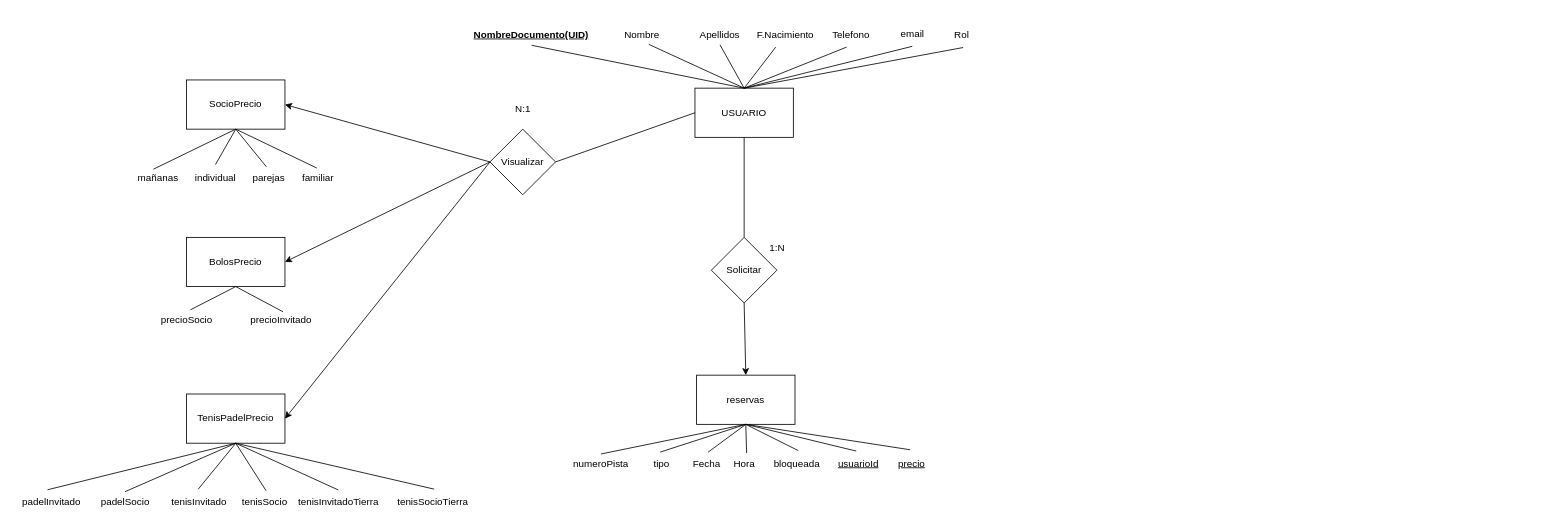
Above: Trabajo_Fin_Grado/E02/DiagramaClasesUso.drawio in vod275/TFG_VIctor_Oliver (draw.io), before the change. Source tidied: cells renumbered, new cells numbered last; positions are measured from the earlier drawing's top-left corner, leaving out a move shared by most shapes. Both pictures are drawn from the tidied source at 82%, with x=0, y=0 at pixel (14, 21).
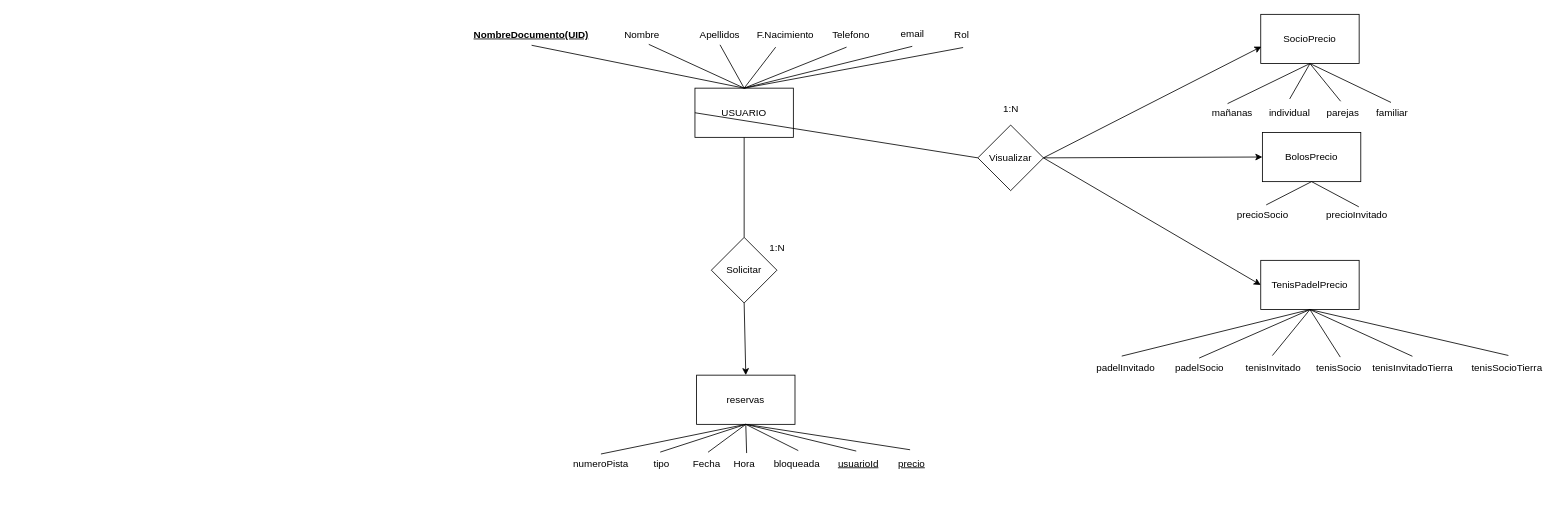
The same page after the edit.

Unchanged cells that the change refers to:
```xml
<mxCell id="2" value="USUARIO" style="rounded=0;whiteSpace=wrap;html=1;" parent="1" vertex="1">
  <mxGeometry x="830" y="81" width="120" height="60" as="geometry" />
</mxCell>
```

Change to the diagram source:
```diff
@@
     <mxCell id="26" value="TenisPadelPrecio" style="rounded=0;whiteSpace=wrap;html=1;" parent="1" vertex="1">
-      <mxGeometry x="210" y="454" width="120" height="60" as="geometry" />
+      <mxGeometry x="1520" y="291" width="120" height="60" as="geometry" />
     </mxCell>
     <mxCell id="27" value="&lt;div&gt;padelInvitado&lt;/div&gt;" style="text;html=1;align=center;verticalAlign=middle;points=[];strokeColor=none;fillColor=none;" parent="1" vertex="1">
-      <mxGeometry y="571" width="90" height="30" as="geometry" />
+      <mxGeometry x="1310" y="408" width="90" height="30" as="geometry" />
     </mxCell>
     <mxCell id="28" value="tenisInvitado" style="text;html=1;align=center;verticalAlign=middle;points=[];strokeColor=none;fillColor=none;" parent="1" vertex="1">
-      <mxGeometry x="180" y="571" width="90" height="30" as="geometry" />
+      <mxGeometry x="1490" y="408" width="90" height="30" as="geometry" />
     </mxCell>
     <mxCell id="29" value="&lt;div&gt;padelSocio&lt;/div&gt;" style="text;html=1;align=center;verticalAlign=middle;points=[];strokeColor=none;fillColor=none;" parent="1" vertex="1">
-      <mxGeometry x="95" y="571" width="80" height="30" as="geometry" />
+      <mxGeometry x="1405" y="408" width="80" height="30" as="geometry" />
     </mxCell>
@@
     <mxCell id="33" value="BolosPrecio" style="rounded=0;whiteSpace=wrap;html=1;" parent="1" vertex="1">
-      <mxGeometry x="210" y="263" width="120" height="60" as="geometry" />
+      <mxGeometry x="1522" y="135" width="120" height="60" as="geometry" />
     </mxCell>
     <mxCell id="34" value="precioInvitado&lt;div&gt;&lt;br&gt;&lt;/div&gt;" style="text;html=1;align=center;verticalAlign=middle;points=[];strokeColor=none;fillColor=none;" parent="1" vertex="1">
-      <mxGeometry x="275" y="351" width="100" height="40" as="geometry" />
+      <mxGeometry x="1587" y="223" width="100" height="40" as="geometry" />
     </mxCell>
     <mxCell id="35" value="precioSocio&lt;div&gt;&lt;br&gt;&lt;/div&gt;" style="text;html=1;align=center;verticalAlign=middle;points=[];strokeColor=none;fillColor=none;" parent="1" vertex="1">
-      <mxGeometry x="165" y="351" width="90" height="40" as="geometry" />
+      <mxGeometry x="1477" y="223" width="90" height="40" as="geometry" />
     </mxCell>
@@
     <mxCell id="39" value="tenisSocio" style="text;html=1;align=center;verticalAlign=middle;points=[];strokeColor=none;fillColor=none;" parent="1" vertex="1">
-      <mxGeometry x="265" y="571" width="80" height="30" as="geometry" />
+      <mxGeometry x="1575" y="408" width="80" height="30" as="geometry" />
     </mxCell>
     <mxCell id="40" value="tenisInvitadoTierra" style="text;html=1;align=center;verticalAlign=middle;points=[];strokeColor=none;fillColor=none;" parent="1" vertex="1">
-      <mxGeometry x="335" y="571" width="120" height="30" as="geometry" />
+      <mxGeometry x="1645" y="408" width="120" height="30" as="geometry" />
     </mxCell>
     <mxCell id="41" value="tenisSocioTierra" style="text;html=1;align=center;verticalAlign=middle;points=[];strokeColor=none;fillColor=none;" parent="1" vertex="1">
-      <mxGeometry x="455" y="571" width="110" height="30" as="geometry" />
+      <mxGeometry x="1765" y="408" width="110" height="30" as="geometry" />
     </mxCell>
@@
     <mxCell id="46" value="Visualizar" style="rhombus;whiteSpace=wrap;html=1;" parent="1" vertex="1">
-      <mxGeometry x="580" y="131" width="80" height="80" as="geometry" />
+      <mxGeometry x="1175" y="126" width="80" height="80" as="geometry" />
     </mxCell>
     <mxCell id="47" value="SocioPrecio" style="rounded=0;whiteSpace=wrap;html=1;" parent="1" vertex="1">
-      <mxGeometry x="210" y="71" width="120" height="60" as="geometry" />
+      <mxGeometry x="1520" y="-9" width="120" height="60" as="geometry" />
     </mxCell>
     <mxCell id="48" value="mañanas" style="text;html=1;align=center;verticalAlign=middle;points=[];strokeColor=none;fillColor=none;" parent="1" vertex="1">
-      <mxGeometry x="140" y="176" width="70" height="30" as="geometry" />
+      <mxGeometry x="1450" y="96" width="70" height="30" as="geometry" />
     </mxCell>
     <mxCell id="49" value="individual" style="text;html=1;align=center;verticalAlign=middle;points=[];strokeColor=none;fillColor=none;" parent="1" vertex="1">
-      <mxGeometry x="210" y="176" width="70" height="30" as="geometry" />
+      <mxGeometry x="1520" y="96" width="70" height="30" as="geometry" />
     </mxCell>
     <mxCell id="50" value="parejas" style="text;html=1;align=center;verticalAlign=middle;points=[];strokeColor=none;fillColor=none;" parent="1" vertex="1">
-      <mxGeometry x="280" y="176" width="60" height="30" as="geometry" />
+      <mxGeometry x="1590" y="96" width="60" height="30" as="geometry" />
     </mxCell>
@@
     <mxCell id="54" value="familiar" style="text;html=1;align=center;verticalAlign=middle;points=[];strokeColor=none;fillColor=none;" parent="1" vertex="1">
-      <mxGeometry x="340" y="176" width="60" height="30" as="geometry" />
+      <mxGeometry x="1650" y="96" width="60" height="30" as="geometry" />
     </mxCell>
@@
-    <mxCell id="60" style="endArrow=classic;html=1;rounded=0;exitX=0;exitY=0.5;exitDx=0;exitDy=0;entryX=1;entryY=0.5;entryDx=0;entryDy=0;" parent="1" edge="1" source="46" target="47">
+    <mxCell id="60" style="endArrow=classic;html=1;rounded=0;exitX=1;exitY=0.5;exitDx=0;exitDy=0;entryX=0.007;entryY=0.656;entryDx=0;entryDy=0;entryPerimeter=0;" parent="1" edge="1" source="46" target="47">
       <mxGeometry relative="1" as="geometry" />
     </mxCell>
@@
-    <mxCell id="63" value="N:1" style="text;html=1;align=center;verticalAlign=middle;strokeColor=none;fillColor=none;" parent="1" vertex="1">
-      <mxGeometry x="600" y="91" width="40" height="30" as="geometry" />
-    </mxCell>
@@
-    <mxCell id="65" style="endArrow=classic;html=1;rounded=0;exitX=0;exitY=0.5;exitDx=0;exitDy=0;entryX=1;entryY=0.5;entryDx=0;entryDy=0;" parent="1" edge="1" source="46" target="33">
+    <mxCell id="65" style="endArrow=classic;html=1;rounded=0;exitX=1;exitY=0.5;exitDx=0;exitDy=0;entryX=0;entryY=0.5;entryDx=0;entryDy=0;" parent="1" edge="1" source="46" target="33">
       <mxGeometry relative="1" as="geometry" />
     </mxCell>
-    <mxCell id="66" style="endArrow=none;html=1;rounded=0;exitX=1;exitY=0.5;exitDx=0;exitDy=0;entryX=0;entryY=0.5;entryDx=0;entryDy=0;" parent="1" edge="1" source="46" target="2">
+    <mxCell id="66" style="endArrow=none;html=1;rounded=0;entryX=0;entryY=0.5;entryDx=0;entryDy=0;exitX=0;exitY=0.5;exitDx=0;exitDy=0;" parent="1" edge="1" source="46" target="2">
       <mxGeometry relative="1" as="geometry" />
     </mxCell>
-    <mxCell id="67" style="endArrow=classic;html=1;rounded=0;exitX=0;exitY=0.5;exitDx=0;exitDy=0;entryX=1;entryY=0.5;entryDx=0;entryDy=0;" parent="1" edge="1" source="46" target="26">
+    <mxCell id="67" style="endArrow=classic;html=1;rounded=0;exitX=1;exitY=0.5;exitDx=0;exitDy=0;entryX=0;entryY=0.5;entryDx=0;entryDy=0;" parent="1" edge="1" source="46" target="26">
       <mxGeometry relative="1" as="geometry" />
     </mxCell>
@@
+    <mxCell id="69" value="1:N" style="text;html=1;align=center;verticalAlign=middle;strokeColor=none;fillColor=none;" parent="1" vertex="1">
+      <mxGeometry x="1195" y="91" width="40" height="30" as="geometry" />
+    </mxCell>
```
